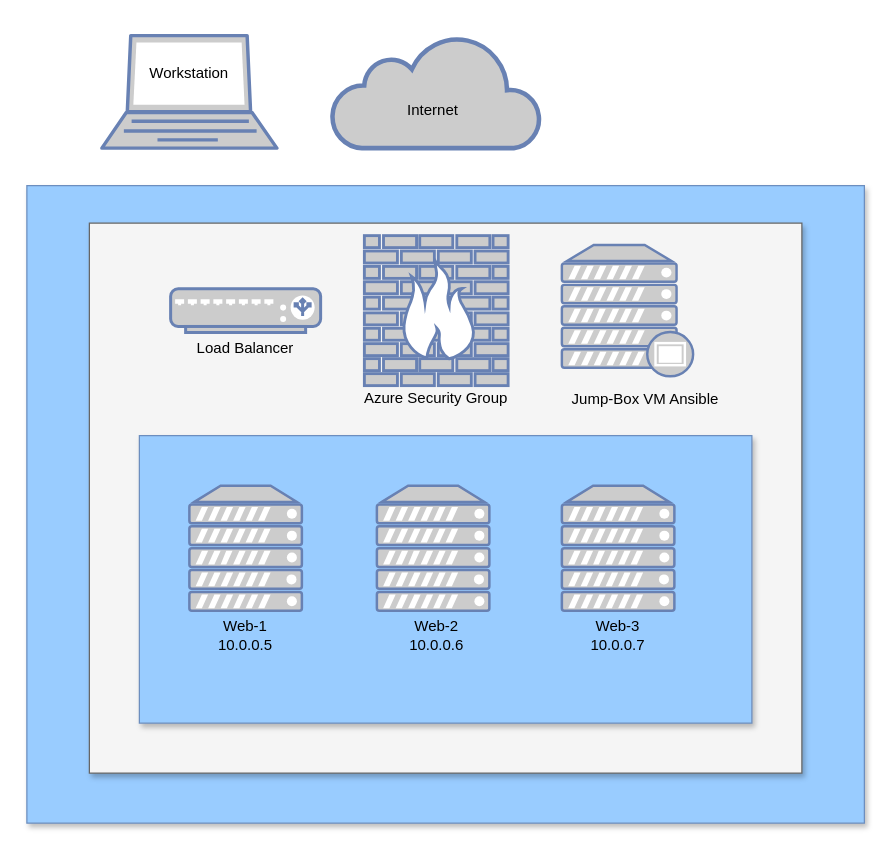
The draw.io diagram Azure_Cloud_Network.drawio in cameo88/CyberSecurity, before the edit. Source tidied: cells renumbered, new cells numbered last; positions are measured from the earlier drawing's top-left corner, leaving out a move shared by most shapes. Both pictures are drawn from the tidied source at 125%, with x=0, y=0 at pixel (26, 35).
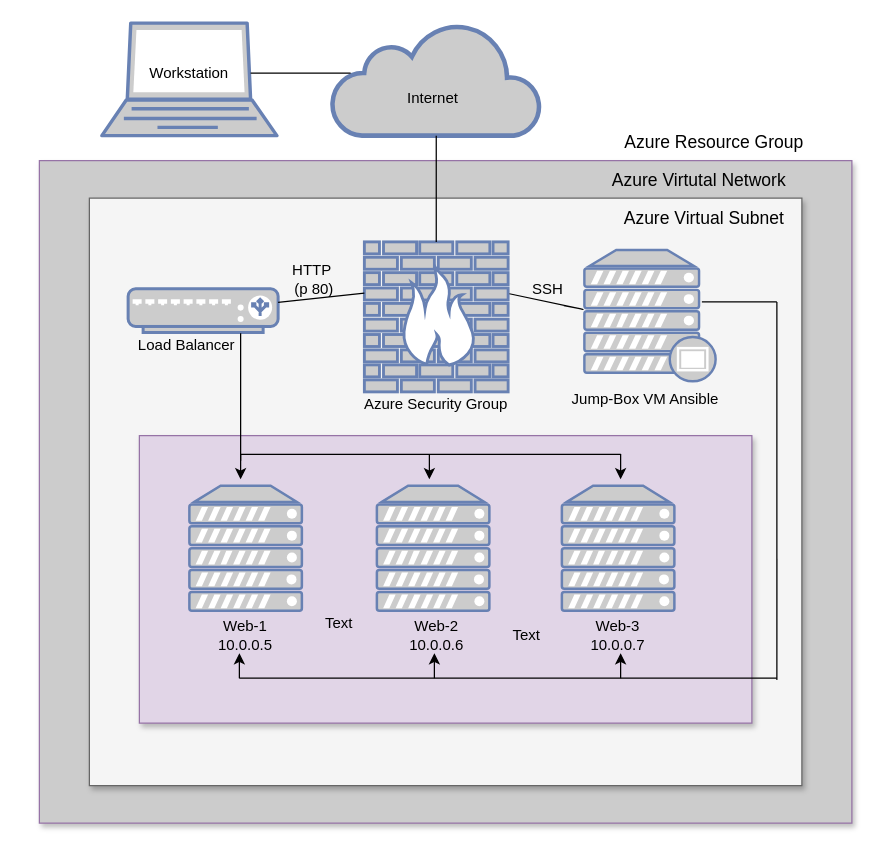
After the change.

Diff of the diagram source:
```diff
@@
-    <mxCell id="4" style="whiteSpace=wrap;html=1;shadow=1;strokeColor=#6c8ebf;fillColor=#99CCFF;" parent="1" vertex="1">
-      <mxGeometry y="120" width="670" height="510" as="geometry" />
+    <mxCell id="4" style="whiteSpace=wrap;html=1;shadow=1;strokeColor=#9673a6;fillColor=#CCCCCC;" parent="1" vertex="1">
+      <mxGeometry x="10" y="100" width="650" height="530" as="geometry" />
     </mxCell>
     <mxCell id="5" style="whiteSpace=wrap;html=1;shadow=1;strokeColor=#666666;fillColor=#f5f5f5;fontColor=#333333;" parent="1" vertex="1">
-      <mxGeometry x="50" y="150" width="570" height="440" as="geometry" />
+      <mxGeometry x="50" y="130" width="570" height="470" as="geometry" />
     </mxCell>
-    <mxCell id="6" style="whiteSpace=wrap;html=1;shadow=1;strokeColor=#6c8ebf;fillColor=#99CCFF;" parent="1" vertex="1">
+    <mxCell id="6" style="whiteSpace=wrap;html=1;shadow=1;strokeColor=#9673a6;fillColor=#e1d5e7;" parent="1" vertex="1">
       <mxGeometry x="90" y="320" width="490" height="230" as="geometry" />
     </mxCell>
     <mxCell id="7" style="html=1;outlineConnect=0;fillColor=#CCCCCC;strokeColor=#6881B3;gradientColor=none;gradientDirection=north;strokeWidth=2;shape=mxgraph.networks.cloud;fontColor=#ffffff;" parent="1" vertex="1">
-      <mxGeometry x="244" width="167" height="90" as="geometry" />
+      <mxGeometry x="244" y="-10" width="167" height="90" as="geometry" />
     </mxCell>
     <mxCell id="8" style="fontColor=#0066CC;verticalAlign=top;verticalLabelPosition=bottom;labelPosition=center;align=center;html=1;outlineConnect=0;fillColor=#CCCCCC;strokeColor=#6881B3;gradientColor=none;gradientDirection=north;strokeWidth=2;shape=mxgraph.networks.firewall;" parent="1" vertex="1">
-      <mxGeometry x="270" y="160" width="115" height="120" as="geometry" />
+      <mxGeometry x="270" y="165" width="115" height="120" as="geometry" />
     </mxCell>
     <mxCell id="9" style="fontColor=#0066CC;verticalAlign=top;verticalLabelPosition=bottom;labelPosition=center;align=center;html=1;outlineConnect=0;fillColor=#CCCCCC;strokeColor=#6881B3;gradientColor=none;gradientDirection=north;strokeWidth=2;shape=mxgraph.networks.load_balancer;" parent="1" vertex="1">
-      <mxGeometry x="115" y="202.5" width="120" height="35" as="geometry" />
+      <mxGeometry x="81" y="202.5" width="120" height="35" as="geometry" />
     </mxCell>
@@
     <mxCell id="13" style="fontColor=#0066CC;verticalAlign=top;verticalLabelPosition=bottom;labelPosition=center;align=center;html=1;fillColor=#CCCCCC;strokeColor=#6881B3;gradientColor=none;gradientDirection=north;strokeWidth=2;shape=mxgraph.networks.proxy_server;" parent="1" vertex="1">
-      <mxGeometry x="428" y="167.5" width="105" height="105" as="geometry" />
+      <mxGeometry x="446" y="171.5" width="105" height="105" as="geometry" />
     </mxCell>
     <mxCell id="14" style="fontColor=#0066CC;verticalAlign=top;verticalLabelPosition=bottom;labelPosition=center;align=center;html=1;fillColor=#CCCCCC;strokeColor=#6881B3;gradientColor=none;gradientDirection=north;strokeWidth=2;shape=mxgraph.networks.laptop;" parent="1" vertex="1">
-      <mxGeometry x="60" width="140" height="90" as="geometry" />
+      <mxGeometry x="60" y="-10" width="140" height="90" as="geometry" />
     </mxCell>
@@
     <mxCell id="16" value="Load Balancer" style="text;html=1;strokeColor=none;fillColor=none;align=center;verticalAlign=middle;whiteSpace=wrap;rounded=0;" parent="1" vertex="1">
-      <mxGeometry x="130" y="240" width="90" height="20" as="geometry" />
+      <mxGeometry x="83" y="238" width="90" height="20" as="geometry" />
     </mxCell>
     <mxCell id="17" value="Internet" style="text;html=1;strokeColor=none;fillColor=none;align=center;verticalAlign=middle;whiteSpace=wrap;rounded=0;" parent="1" vertex="1">
-      <mxGeometry x="280" y="50" width="90" height="20" as="geometry" />
+      <mxGeometry x="280" y="40" width="90" height="20" as="geometry" />
     </mxCell>
@@
     <mxCell id="21" value="Azure Security Group" style="text;html=1;strokeColor=none;fillColor=none;align=center;verticalAlign=middle;whiteSpace=wrap;rounded=0;" parent="1" vertex="1">
-      <mxGeometry x="266.2" y="280" width="122.5" height="20" as="geometry" />
+      <mxGeometry x="266.2" y="285" width="122.5" height="20" as="geometry" />
     </mxCell>
@@
+    <mxCell id="23" style="endArrow=none;html=1;" parent="1" edge="1" source="8" target="7">
+      <mxGeometry relative="1" as="geometry" />
+    </mxCell>
+    <mxCell id="24" style="endArrow=none;html=1;" parent="1" edge="1">
+      <mxGeometry relative="1" as="geometry">
+        <mxPoint x="179" y="30" as="sourcePoint" />
+        <mxPoint x="259" y="30" as="targetPoint" />
+      </mxGeometry>
+    </mxCell>
+    <mxCell id="25" style="endArrow=none;html=1;entryX=0.006;entryY=0.71;entryDx=0;entryDy=0;entryPerimeter=0;" parent="1" edge="1">
+      <mxGeometry relative="1" as="geometry">
+        <mxPoint x="386" y="206.5" as="sourcePoint" />
+        <mxPoint x="429.6" y="216" as="targetPoint" />
+        <Array as="points">
+          <mxPoint x="450" y="220" />
+        </Array>
+      </mxGeometry>
+    </mxCell>
+    <mxCell id="26" style="endArrow=none;html=1;" parent="1" edge="1" source="9">
+      <mxGeometry relative="1" as="geometry">
+        <mxPoint x="270" y="206" as="targetPoint" />
+      </mxGeometry>
+    </mxCell>
+    <mxCell id="27" style="endArrow=none;html=1;exitX=0.965;exitY=0.614;exitDx=0;exitDy=0;exitPerimeter=0;" parent="1" edge="1" source="5">
+      <mxGeometry relative="1" as="geometry">
+        <mxPoint x="600" y="213" as="targetPoint" />
+        <Array as="points">
+          <mxPoint x="600" y="520" />
+        </Array>
+      </mxGeometry>
+    </mxCell>
+    <mxCell id="28" style="endArrow=none;html=1;" parent="1" edge="1">
+      <mxGeometry relative="1" as="geometry">
+        <mxPoint x="540" y="213" as="sourcePoint" />
+        <mxPoint x="600" y="213" as="targetPoint" />
+      </mxGeometry>
+    </mxCell>
+    <mxCell id="29" style="endArrow=none;html=1;" parent="1" edge="1">
+      <mxGeometry relative="1" as="geometry">
+        <mxPoint x="170" y="514" as="sourcePoint" />
+        <mxPoint x="600" y="514" as="targetPoint" />
+      </mxGeometry>
+    </mxCell>
+    <mxCell id="30" style="endArrow=none;html=1;" parent="1" edge="1">
+      <mxGeometry relative="1" as="geometry">
+        <mxPoint x="171" y="340" as="sourcePoint" />
+        <mxPoint x="171" y="238" as="targetPoint" />
+      </mxGeometry>
+    </mxCell>
+    <mxCell id="31" style="endArrow=none;html=1;" parent="1" edge="1">
+      <mxGeometry relative="1" as="geometry">
+        <mxPoint x="171" y="335" as="sourcePoint" />
+        <mxPoint x="244" y="335" as="targetPoint" />
+        <Array as="points">
+          <mxPoint x="480" y="335" />
+        </Array>
+      </mxGeometry>
+    </mxCell>
+    <mxCell id="32" style="endArrow=classic;html=1;" parent="1" edge="1">
+      <mxGeometry relative="1" as="geometry">
+        <mxPoint x="170" y="514" as="sourcePoint" />
+        <mxPoint x="170" y="494" as="targetPoint" />
+      </mxGeometry>
+    </mxCell>
+    <mxCell id="33" style="endArrow=classic;html=1;" parent="1" edge="1">
+      <mxGeometry relative="1" as="geometry">
+        <mxPoint x="326" y="514" as="sourcePoint" />
+        <mxPoint x="326" y="494" as="targetPoint" />
+      </mxGeometry>
+    </mxCell>
+    <mxCell id="34" style="endArrow=classic;html=1;" parent="1" edge="1">
+      <mxGeometry relative="1" as="geometry">
+        <mxPoint x="475" y="514" as="sourcePoint" />
+        <mxPoint x="475" y="494" as="targetPoint" />
+      </mxGeometry>
+    </mxCell>
+    <mxCell id="35" style="endArrow=classic;html=1;" parent="1" edge="1">
+      <mxGeometry relative="1" as="geometry">
+        <mxPoint x="171" y="335" as="sourcePoint" />
+        <mxPoint x="171" y="355" as="targetPoint" />
+      </mxGeometry>
+    </mxCell>
+    <mxCell id="36" style="endArrow=classic;html=1;" parent="1" edge="1">
+      <mxGeometry relative="1" as="geometry">
+        <mxPoint x="322" y="335" as="sourcePoint" />
+        <mxPoint x="322" y="355" as="targetPoint" />
+      </mxGeometry>
+    </mxCell>
+    <mxCell id="37" style="endArrow=classic;html=1;" parent="1" edge="1">
+      <mxGeometry relative="1" as="geometry">
+        <mxPoint x="475" y="335" as="sourcePoint" />
+        <mxPoint x="475" y="355" as="targetPoint" />
+      </mxGeometry>
+    </mxCell>
+    <mxCell id="38" value="&lt;font style=&quot;font-size: 14px&quot;&gt;Azure Resource Group&lt;/font&gt;" style="text;html=1;strokeColor=none;fillColor=none;align=center;verticalAlign=middle;whiteSpace=wrap;rounded=0;shadow=1;opacity=30;" parent="1" vertex="1">
+      <mxGeometry x="460" y="70" width="180" height="30" as="geometry" />
+    </mxCell>
+    <mxCell id="39" value="&lt;font style=&quot;font-size: 14px&quot;&gt;Azure Virtutal Network&lt;/font&gt;" style="text;html=1;strokeColor=none;fillColor=none;align=center;verticalAlign=middle;whiteSpace=wrap;rounded=0;shadow=1;opacity=30;" parent="1" vertex="1">
+      <mxGeometry x="433" y="105" width="210" height="21" as="geometry" />
+    </mxCell>
+    <mxCell id="40" value="&lt;font style=&quot;font-size: 14px&quot;&gt;Azure Virtual Subnet&amp;nbsp;&lt;/font&gt;" style="text;html=1;strokeColor=none;fillColor=none;align=center;verticalAlign=middle;whiteSpace=wrap;rounded=0;shadow=1;opacity=30;" parent="1" vertex="1">
+      <mxGeometry x="472" y="135" width="144" height="21" as="geometry" />
+    </mxCell>
+    <mxCell id="41" value="Text" style="text;html=1;strokeColor=none;fillColor=none;align=center;verticalAlign=middle;whiteSpace=wrap;rounded=0;shadow=1;opacity=30;" parent="1" vertex="1">
+      <mxGeometry x="230" y="460" width="40" height="20" as="geometry" />
+    </mxCell>
+    <mxCell id="42" value="Text" style="text;html=1;strokeColor=none;fillColor=none;align=center;verticalAlign=middle;whiteSpace=wrap;rounded=0;shadow=1;opacity=30;" parent="1" vertex="1">
+      <mxGeometry x="380" y="470" width="40" height="20" as="geometry" />
+    </mxCell>
+    <mxCell id="43" value="HTTP&amp;nbsp;&lt;br&gt;(p 80)" style="text;html=1;strokeColor=none;fillColor=none;align=center;verticalAlign=middle;whiteSpace=wrap;rounded=0;shadow=1;opacity=30;" parent="1" vertex="1">
+      <mxGeometry x="210" y="185" width="40" height="20" as="geometry" />
+    </mxCell>
+    <mxCell id="44" value="SSH" style="text;html=1;strokeColor=none;fillColor=none;align=center;verticalAlign=middle;whiteSpace=wrap;rounded=0;shadow=1;opacity=30;" parent="1" vertex="1">
+      <mxGeometry x="397" y="193" width="40" height="20" as="geometry" />
+    </mxCell>
```
